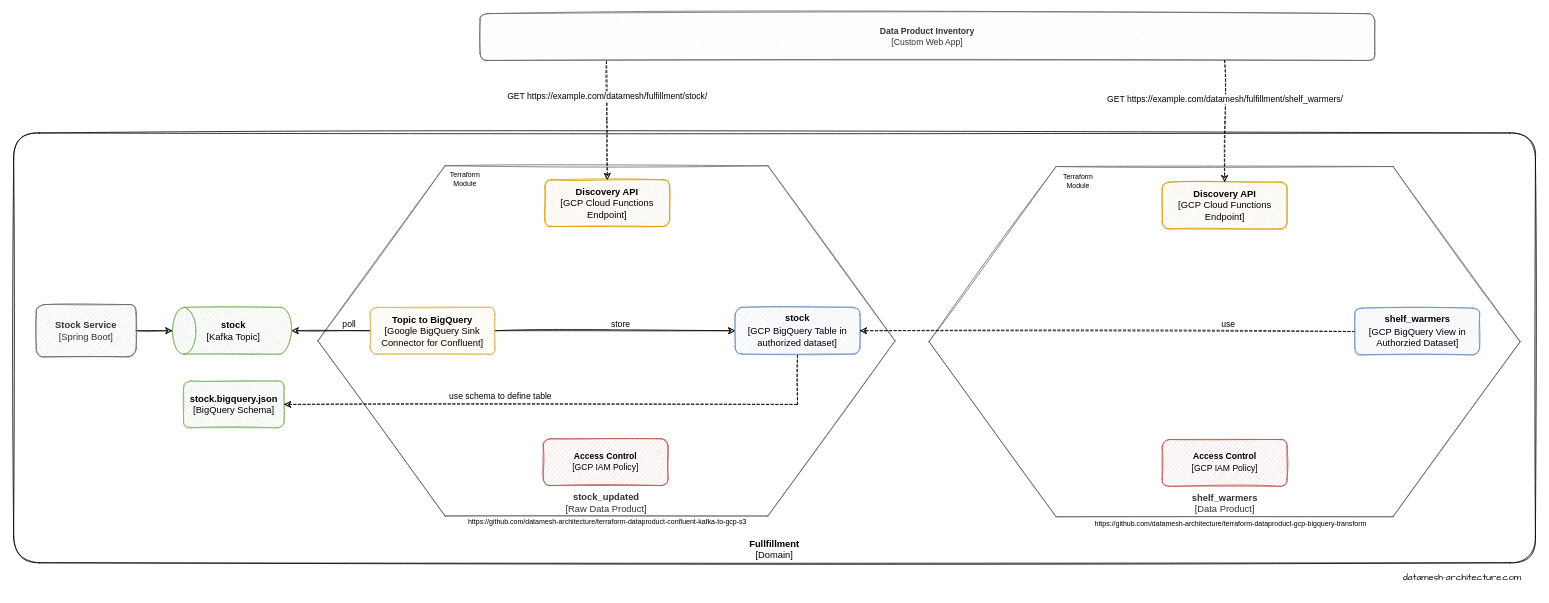
This is diagrams/terraform-datamesh-dataproduct-gcp.drawio from datamesh-architecture/datamesh-architecture.com, a draw.io file, before an edit. Source tidied: cells renumbered, new cells numbered last; positions are measured from the earlier drawing's top-left corner, leaving out a move shared by most shapes. Both pictures are drawn from the tidied source at 78%, with x=0, y=0 at pixel (13, 13).
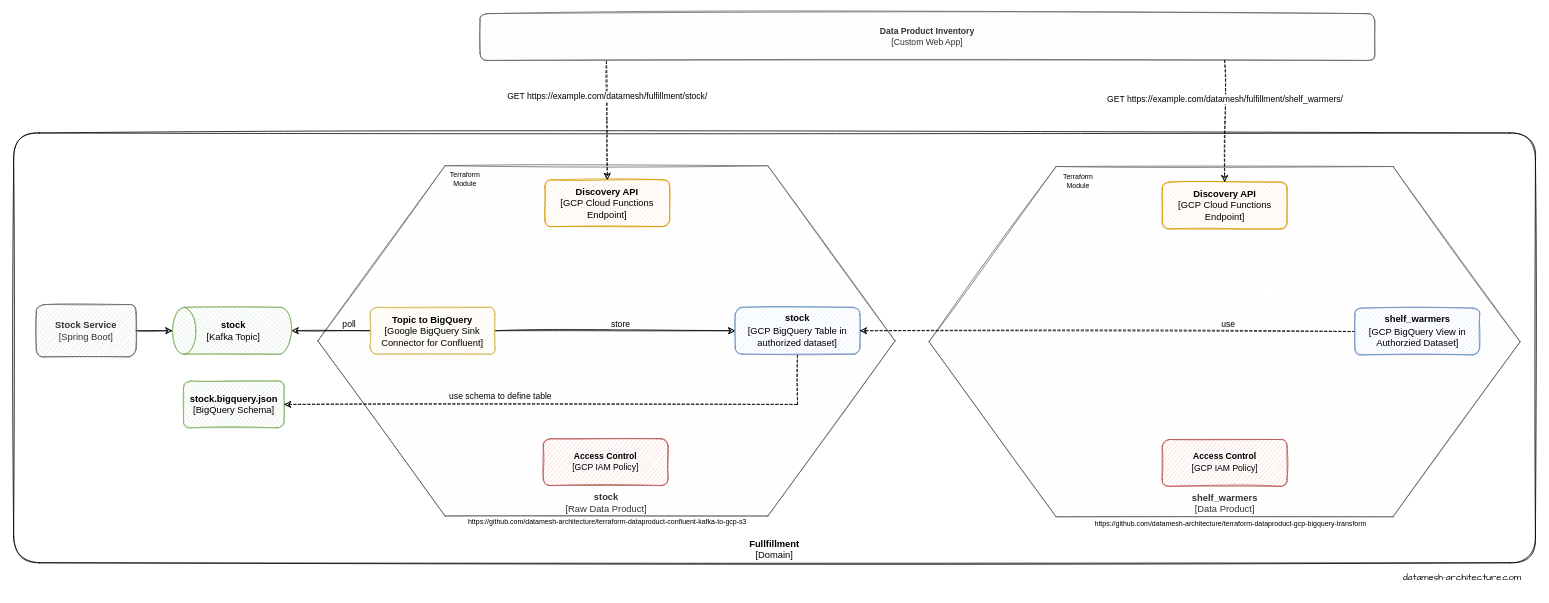
The same page after the edit.

Commit message (it also covers changes not shown here):
Add gcp bigquery diagrams

Diff of the diagram source:
```diff
@@
-    <mxCell id="4" value="&lt;b&gt;stock_updated&lt;/b&gt;&lt;br&gt;[Raw Data Product]" style="shape=hexagon;perimeter=hexagonPerimeter2;whiteSpace=wrap;html=1;fixedSize=1;rounded=0;glass=0;fontFamily=Helvetica;fontSize=12;size=163.05882352941194;verticalAlign=bottom;fillColor=#FCFCFC;fontColor=#333333;strokeColor=#666666;sketch=1;" parent="1" vertex="1">
+    <mxCell id="4" value="&lt;b&gt;stock&lt;/b&gt;&lt;br&gt;[Raw Data Product]" style="shape=hexagon;perimeter=hexagonPerimeter2;whiteSpace=wrap;html=1;fixedSize=1;rounded=0;glass=0;fontFamily=Helvetica;fontSize=12;size=163.05882352941194;verticalAlign=bottom;fillColor=#FCFCFC;fontColor=#333333;strokeColor=#666666;sketch=1;" parent="1" vertex="1">
       <mxGeometry x="390" y="195" width="740" height="449" as="geometry" />
     </mxCell>
```
